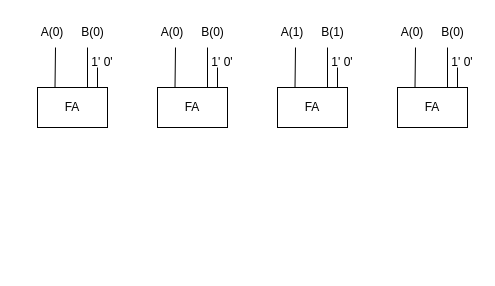
Above: Diagramme sans nom.drawio in negans-soyez/VHDL (draw.io), before the change. Source tidied: cells renumbered, new cells numbered last; positions are measured from the earlier drawing's top-left corner, leaving out a move shared by most shapes. Both pictures are drawn from the tidied source at 100%, with x=0, y=0 at pixel (37, 17).
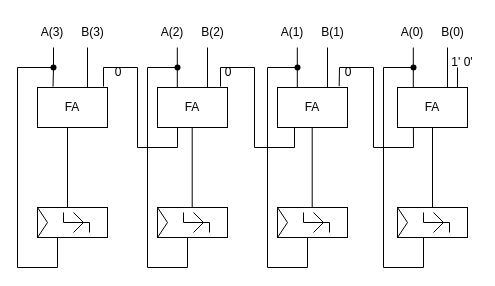
The same diagram, later.

Commit message:
Mettre à jour Diagramme sans nom.drawio

Unchanged cells that the change refers to:
```xml
<mxCell id="2" value="FA" style="rounded=0;whiteSpace=wrap;html=1;" parent="1" vertex="1">
  <mxGeometry x="360" y="70" width="70" height="40" as="geometry" />
</mxCell>
<mxCell id="9" value="FA" style="rounded=0;whiteSpace=wrap;html=1;" parent="1" vertex="1">
  <mxGeometry x="240" y="70" width="70" height="40" as="geometry" />
</mxCell>
<mxCell id="16" value="FA" style="rounded=0;whiteSpace=wrap;html=1;" parent="1" vertex="1">
  <mxGeometry x="120" y="70" width="70" height="40" as="geometry" />
</mxCell>
<mxCell id="23" value="FA" style="rounded=0;whiteSpace=wrap;html=1;" parent="1" vertex="1">
  <mxGeometry y="70" width="70" height="40" as="geometry" />
</mxCell>
```

Diff of the diagram source:
```diff
@@
-    <mxCell id="3" style="endArrow=none;html=1;rounded=0;exitX=0.25;exitY=0;exitDx=0;exitDy=0;" parent="1" edge="1" source="2">
-      <mxGeometry relative="1" as="geometry">
-        <mxPoint x="378" y="30" as="targetPoint" />
-      </mxGeometry>
-    </mxCell>
@@
-    <mxCell id="10" style="endArrow=none;html=1;rounded=0;exitX=0.25;exitY=0;exitDx=0;exitDy=0;" parent="1" edge="1" source="9">
-      <mxGeometry relative="1" as="geometry">
-        <mxPoint x="258" y="30" as="targetPoint" />
-      </mxGeometry>
-    </mxCell>
@@
-    <mxCell id="12" style="endArrow=none;html=1;rounded=0;exitX=0.25;exitY=0;exitDx=0;exitDy=0;" parent="1" edge="1">
-      <mxGeometry relative="1" as="geometry">
-        <mxPoint x="300" y="70" as="sourcePoint" />
-        <mxPoint x="300" y="50" as="targetPoint" />
-      </mxGeometry>
-    </mxCell>
@@
-    <mxCell id="15" value="1' 0'" style="text;html=1;align=center;verticalAlign=middle;whiteSpace=wrap;rounded=0;" parent="1" vertex="1">
-      <mxGeometry x="290" y="40" width="30" height="10" as="geometry" />
+    <mxCell id="15" value="0" style="text;html=1;align=center;verticalAlign=middle;whiteSpace=wrap;rounded=0;" parent="1" vertex="1">
+      <mxGeometry x="296" y="50" width="30" height="10" as="geometry" />
     </mxCell>
@@
-    <mxCell id="17" style="endArrow=none;html=1;rounded=0;exitX=0.25;exitY=0;exitDx=0;exitDy=0;" parent="1" edge="1" source="16">
-      <mxGeometry relative="1" as="geometry">
-        <mxPoint x="138" y="30" as="targetPoint" />
-      </mxGeometry>
-    </mxCell>
@@
-    <mxCell id="19" style="endArrow=none;html=1;rounded=0;exitX=0.25;exitY=0;exitDx=0;exitDy=0;" parent="1" edge="1">
-      <mxGeometry relative="1" as="geometry">
-        <mxPoint x="180" y="70" as="sourcePoint" />
-        <mxPoint x="180" y="50" as="targetPoint" />
-      </mxGeometry>
-    </mxCell>
-    <mxCell id="20" value="A(0)" style="text;html=1;align=center;verticalAlign=middle;whiteSpace=wrap;rounded=0;" parent="1" vertex="1">
+    <mxCell id="20" value="A(2&lt;span style=&quot;background-color: transparent; color: light-dark(rgb(0, 0, 0), rgb(255, 255, 255));&quot;&gt;)&lt;/span&gt;" style="text;html=1;align=center;verticalAlign=middle;whiteSpace=wrap;rounded=0;" parent="1" vertex="1">
       <mxGeometry x="130" y="10" width="10" height="10" as="geometry" />
     </mxCell>
-    <mxCell id="21" value="B(0)" style="text;html=1;align=center;verticalAlign=middle;strokeColor=none;fillColor=none;" parent="1" vertex="1">
+    <mxCell id="21" value="B(2)" style="text;html=1;align=center;verticalAlign=middle;strokeColor=none;fillColor=none;" parent="1" vertex="1">
       <mxGeometry x="150" width="50" height="30" as="geometry" />
     </mxCell>
-    <mxCell id="22" value="1' 0'" style="text;html=1;align=center;verticalAlign=middle;whiteSpace=wrap;rounded=0;" parent="1" vertex="1">
-      <mxGeometry x="170" y="40" width="30" height="10" as="geometry" />
-    </mxCell>
@@
-    <mxCell id="24" style="endArrow=none;html=1;rounded=0;exitX=0.25;exitY=0;exitDx=0;exitDy=0;" parent="1" edge="1" source="23">
+    <mxCell id="24" style="endArrow=none;html=1;rounded=0;exitDx=0;exitDy=0;" parent="1" edge="1" source="80">
       <mxGeometry relative="1" as="geometry">
-        <mxPoint x="18" y="30" as="targetPoint" />
+        <mxPoint x="16" y="30" as="targetPoint" />
       </mxGeometry>
     </mxCell>
@@
-    <mxCell id="26" style="endArrow=none;html=1;rounded=0;exitX=0.25;exitY=0;exitDx=0;exitDy=0;" parent="1" edge="1">
-      <mxGeometry relative="1" as="geometry">
-        <mxPoint x="60" y="70" as="sourcePoint" />
-        <mxPoint x="60" y="50" as="targetPoint" />
-      </mxGeometry>
-    </mxCell>
-    <mxCell id="27" value="A(0)" style="text;html=1;align=center;verticalAlign=middle;whiteSpace=wrap;rounded=0;" parent="1" vertex="1">
+    <mxCell id="27" value="A(3)" style="text;html=1;align=center;verticalAlign=middle;whiteSpace=wrap;rounded=0;" parent="1" vertex="1">
       <mxGeometry x="10" y="10" width="10" height="10" as="geometry" />
     </mxCell>
-    <mxCell id="28" value="B(0)" style="text;html=1;align=center;verticalAlign=middle;strokeColor=none;fillColor=none;" parent="1" vertex="1">
+    <mxCell id="28" value="B(3)" style="text;html=1;align=center;verticalAlign=middle;strokeColor=none;fillColor=none;" parent="1" vertex="1">
       <mxGeometry x="30" width="50" height="30" as="geometry" />
     </mxCell>
-    <mxCell id="29" value="1' 0'" style="text;html=1;align=center;verticalAlign=middle;whiteSpace=wrap;rounded=0;" parent="1" vertex="1">
-      <mxGeometry x="50" y="40" width="30" height="10" as="geometry" />
-    </mxCell>
+    <mxCell id="30" style="group;" parent="1" vertex="1">
+      <mxGeometry x="360" y="190" width="70" height="30" as="geometry" />
+    </mxCell>
+    <mxCell id="31" style="rounded=0;whiteSpace=wrap;html=1;" parent="30" vertex="1">
+      <mxGeometry width="70" height="30" as="geometry" />
+    </mxCell>
+    <mxCell id="32" style="group;" parent="30" vertex="1">
+      <mxGeometry x="26" y="5" width="26" height="20" as="geometry" />
+    </mxCell>
+    <mxCell id="33" style="endArrow=none;html=1;rounded=0;" parent="32" edge="1">
+      <mxGeometry relative="1" as="geometry">
+        <mxPoint y="10" as="sourcePoint" />
+        <mxPoint x="26" y="10" as="targetPoint" />
+      </mxGeometry>
+    </mxCell>
+    <mxCell id="34" style="endArrow=none;html=1;rounded=0;" parent="32" edge="1">
+      <mxGeometry relative="1" as="geometry">
+        <mxPoint y="10" as="sourcePoint" />
+        <mxPoint as="targetPoint" />
+      </mxGeometry>
+    </mxCell>
+    <mxCell id="35" style="endArrow=none;html=1;rounded=0;" parent="32" edge="1">
+      <mxGeometry relative="1" as="geometry">
+        <mxPoint x="26" y="20" as="sourcePoint" />
+        <mxPoint x="26" y="10" as="targetPoint" />
+      </mxGeometry>
+    </mxCell>
+    <mxCell id="36" style="endArrow=none;html=1;rounded=0;" parent="32" edge="1">
+      <mxGeometry relative="1" as="geometry">
+        <mxPoint x="20" y="10" as="sourcePoint" />
+        <mxPoint x="10" as="targetPoint" />
+        <Array as="points">
+          <mxPoint x="20" y="10" />
+        </Array>
+      </mxGeometry>
+    </mxCell>
+    <mxCell id="37" style="endArrow=none;html=1;rounded=0;" parent="32" edge="1">
+      <mxGeometry relative="1" as="geometry">
+        <mxPoint x="20" y="10" as="sourcePoint" />
+        <mxPoint x="10" y="20" as="targetPoint" />
+      </mxGeometry>
+    </mxCell>
+    <mxCell id="38" style="triangle;whiteSpace=wrap;html=1;" parent="30" vertex="1">
+      <mxGeometry width="10" height="30" as="geometry" />
+    </mxCell>
+    <mxCell id="39" style="group;" parent="1" vertex="1">
+      <mxGeometry x="240" y="190" width="70" height="30" as="geometry" />
+    </mxCell>
+    <mxCell id="40" style="rounded=0;whiteSpace=wrap;html=1;" parent="39" vertex="1">
+      <mxGeometry width="70" height="30" as="geometry" />
+    </mxCell>
+    <mxCell id="41" style="group;" parent="39" vertex="1">
+      <mxGeometry x="26" y="5" width="26" height="20" as="geometry" />
+    </mxCell>
+    <mxCell id="42" style="endArrow=none;html=1;rounded=0;" parent="41" edge="1">
+      <mxGeometry relative="1" as="geometry">
+        <mxPoint y="10" as="sourcePoint" />
+        <mxPoint x="26" y="10" as="targetPoint" />
+      </mxGeometry>
+    </mxCell>
+    <mxCell id="43" style="endArrow=none;html=1;rounded=0;" parent="41" edge="1">
+      <mxGeometry relative="1" as="geometry">
+        <mxPoint y="10" as="sourcePoint" />
+        <mxPoint as="targetPoint" />
+      </mxGeometry>
+    </mxCell>
+    <mxCell id="44" style="endArrow=none;html=1;rounded=0;" parent="41" edge="1">
+      <mxGeometry relative="1" as="geometry">
+        <mxPoint x="26" y="20" as="sourcePoint" />
+        <mxPoint x="26" y="10" as="targetPoint" />
+      </mxGeometry>
+    </mxCell>
+    <mxCell id="45" style="endArrow=none;html=1;rounded=0;" parent="41" edge="1">
+      <mxGeometry relative="1" as="geometry">
+        <mxPoint x="20" y="10" as="sourcePoint" />
+        <mxPoint x="10" as="targetPoint" />
+        <Array as="points">
+          <mxPoint x="20" y="10" />
+        </Array>
+      </mxGeometry>
+    </mxCell>
+    <mxCell id="46" style="endArrow=none;html=1;rounded=0;" parent="41" edge="1">
+      <mxGeometry relative="1" as="geometry">
+        <mxPoint x="20" y="10" as="sourcePoint" />
+        <mxPoint x="10" y="20" as="targetPoint" />
+      </mxGeometry>
+    </mxCell>
+    <mxCell id="47" style="triangle;whiteSpace=wrap;html=1;" parent="39" vertex="1">
+      <mxGeometry width="10" height="30" as="geometry" />
+    </mxCell>
+    <mxCell id="48" style="group;" parent="1" vertex="1">
+      <mxGeometry x="120" y="190" width="70" height="30" as="geometry" />
+    </mxCell>
+    <mxCell id="49" style="rounded=0;whiteSpace=wrap;html=1;" parent="48" vertex="1">
+      <mxGeometry width="70" height="30" as="geometry" />
+    </mxCell>
+    <mxCell id="50" style="group;" parent="48" vertex="1">
+      <mxGeometry x="26" y="5" width="26" height="20" as="geometry" />
+    </mxCell>
+    <mxCell id="51" style="endArrow=none;html=1;rounded=0;" parent="50" edge="1">
+      <mxGeometry relative="1" as="geometry">
+        <mxPoint y="10" as="sourcePoint" />
+        <mxPoint x="26" y="10" as="targetPoint" />
+      </mxGeometry>
+    </mxCell>
+    <mxCell id="52" style="endArrow=none;html=1;rounded=0;" parent="50" edge="1">
+      <mxGeometry relative="1" as="geometry">
+        <mxPoint y="10" as="sourcePoint" />
+        <mxPoint as="targetPoint" />
+      </mxGeometry>
+    </mxCell>
+    <mxCell id="53" style="endArrow=none;html=1;rounded=0;" parent="50" edge="1">
+      <mxGeometry relative="1" as="geometry">
+        <mxPoint x="26" y="20" as="sourcePoint" />
+        <mxPoint x="26" y="10" as="targetPoint" />
+      </mxGeometry>
+    </mxCell>
+    <mxCell id="54" style="endArrow=none;html=1;rounded=0;" parent="50" edge="1">
+      <mxGeometry relative="1" as="geometry">
+        <mxPoint x="20" y="10" as="sourcePoint" />
+        <mxPoint x="10" as="targetPoint" />
+        <Array as="points">
+          <mxPoint x="20" y="10" />
+        </Array>
+      </mxGeometry>
+    </mxCell>
+    <mxCell id="55" style="endArrow=none;html=1;rounded=0;" parent="50" edge="1">
+      <mxGeometry relative="1" as="geometry">
+        <mxPoint x="20" y="10" as="sourcePoint" />
+        <mxPoint x="10" y="20" as="targetPoint" />
+      </mxGeometry>
+    </mxCell>
+    <mxCell id="56" style="triangle;whiteSpace=wrap;html=1;" parent="48" vertex="1">
+      <mxGeometry width="10" height="30" as="geometry" />
+    </mxCell>
+    <mxCell id="57" style="group;" parent="1" vertex="1">
+      <mxGeometry y="190" width="70" height="30" as="geometry" />
+    </mxCell>
+    <mxCell id="58" style="rounded=0;whiteSpace=wrap;html=1;" parent="57" vertex="1">
+      <mxGeometry width="70" height="30" as="geometry" />
+    </mxCell>
+    <mxCell id="59" style="group;" parent="57" vertex="1">
+      <mxGeometry x="26" y="5" width="26" height="20" as="geometry" />
+    </mxCell>
+    <mxCell id="60" style="endArrow=none;html=1;rounded=0;" parent="59" edge="1">
+      <mxGeometry relative="1" as="geometry">
+        <mxPoint y="10" as="sourcePoint" />
+        <mxPoint x="26" y="10" as="targetPoint" />
+      </mxGeometry>
+    </mxCell>
+    <mxCell id="61" style="endArrow=none;html=1;rounded=0;" parent="59" edge="1">
+      <mxGeometry relative="1" as="geometry">
+        <mxPoint y="10" as="sourcePoint" />
+        <mxPoint as="targetPoint" />
+      </mxGeometry>
+    </mxCell>
+    <mxCell id="62" style="endArrow=none;html=1;rounded=0;" parent="59" edge="1">
+      <mxGeometry relative="1" as="geometry">
+        <mxPoint x="26" y="20" as="sourcePoint" />
+        <mxPoint x="26" y="10" as="targetPoint" />
+      </mxGeometry>
+    </mxCell>
+    <mxCell id="63" style="endArrow=none;html=1;rounded=0;" parent="59" edge="1">
+      <mxGeometry relative="1" as="geometry">
+        <mxPoint x="20" y="10" as="sourcePoint" />
+        <mxPoint x="10" as="targetPoint" />
+        <Array as="points">
+          <mxPoint x="20" y="10" />
+        </Array>
+      </mxGeometry>
+    </mxCell>
+    <mxCell id="64" style="endArrow=none;html=1;rounded=0;" parent="59" edge="1">
+      <mxGeometry relative="1" as="geometry">
+        <mxPoint x="20" y="10" as="sourcePoint" />
+        <mxPoint x="10" y="20" as="targetPoint" />
+      </mxGeometry>
+    </mxCell>
+    <mxCell id="65" style="triangle;whiteSpace=wrap;html=1;" parent="57" vertex="1">
+      <mxGeometry width="10" height="30" as="geometry" />
+    </mxCell>
+    <mxCell id="66" style="endArrow=none;html=1;rounded=0;entryX=0.5;entryY=1;entryDx=0;entryDy=0;" parent="1" edge="1" target="2">
+      <mxGeometry relative="1" as="geometry">
+        <mxPoint x="395" y="190" as="sourcePoint" />
+      </mxGeometry>
+    </mxCell>
+    <mxCell id="67" style="endArrow=none;html=1;rounded=0;entryX=0.5;entryY=1;entryDx=0;entryDy=0;" parent="1" edge="1">
+      <mxGeometry relative="1" as="geometry">
+        <mxPoint x="274.7" y="190" as="sourcePoint" />
+        <mxPoint x="274.7" y="110" as="targetPoint" />
+      </mxGeometry>
+    </mxCell>
+    <mxCell id="68" style="endArrow=none;html=1;rounded=0;entryX=0.5;entryY=1;entryDx=0;entryDy=0;" parent="1" edge="1">
+      <mxGeometry relative="1" as="geometry">
+        <mxPoint x="154.7" y="190" as="sourcePoint" />
+        <mxPoint x="154.7" y="110" as="targetPoint" />
+      </mxGeometry>
+    </mxCell>
+    <mxCell id="69" style="endArrow=none;html=1;rounded=0;entryX=0.5;entryY=1;entryDx=0;entryDy=0;" parent="1" edge="1">
+      <mxGeometry relative="1" as="geometry">
+        <mxPoint x="30" y="190" as="sourcePoint" />
+        <mxPoint x="30" y="110" as="targetPoint" />
+      </mxGeometry>
+    </mxCell>
+    <mxCell id="70" style="endArrow=none;html=1;rounded=0;entryX=0.227;entryY=1.005;entryDx=0;entryDy=0;exitX=0.881;exitY=-0.033;exitDx=0;exitDy=0;exitPerimeter=0;entryPerimeter=0;" parent="1" edge="1" source="9" target="2">
+      <mxGeometry relative="1" as="geometry">
+        <Array as="points">
+          <mxPoint x="302" y="50" />
+          <mxPoint x="336" y="50" />
+          <mxPoint x="336" y="130" />
+          <mxPoint x="376" y="130" />
+        </Array>
+      </mxGeometry>
+    </mxCell>
+    <mxCell id="71" style="endArrow=none;html=1;rounded=0;entryX=0.227;entryY=1.005;entryDx=0;entryDy=0;exitX=0.881;exitY=-0.033;exitDx=0;exitDy=0;exitPerimeter=0;entryPerimeter=0;" parent="1" edge="1">
+      <mxGeometry relative="1" as="geometry">
+        <mxPoint x="183" y="69" as="sourcePoint" />
+        <mxPoint x="257" y="110" as="targetPoint" />
+        <Array as="points">
+          <mxPoint x="183" y="50" />
+          <mxPoint x="217" y="50" />
+          <mxPoint x="217" y="130" />
+          <mxPoint x="257" y="130" />
+        </Array>
+      </mxGeometry>
+    </mxCell>
+    <mxCell id="72" style="endArrow=none;html=1;rounded=0;entryX=0.227;entryY=1.005;entryDx=0;entryDy=0;exitX=0.881;exitY=-0.033;exitDx=0;exitDy=0;exitPerimeter=0;entryPerimeter=0;" parent="1" edge="1">
+      <mxGeometry relative="1" as="geometry">
+        <mxPoint x="66" y="69" as="sourcePoint" />
+        <mxPoint x="140" y="110" as="targetPoint" />
+        <Array as="points">
+          <mxPoint x="66" y="50" />
+          <mxPoint x="100" y="50" />
+          <mxPoint x="100" y="130" />
+          <mxPoint x="140" y="130" />
+        </Array>
+      </mxGeometry>
+    </mxCell>
+    <mxCell id="73" value="0" style="text;html=1;align=center;verticalAlign=middle;whiteSpace=wrap;rounded=0;" parent="1" vertex="1">
+      <mxGeometry x="176" y="50" width="30" height="10" as="geometry" />
+    </mxCell>
+    <mxCell id="74" value="0" style="text;html=1;align=center;verticalAlign=middle;whiteSpace=wrap;rounded=0;" parent="1" vertex="1">
+      <mxGeometry x="66" y="50" width="30" height="10" as="geometry" />
+    </mxCell>
+    <mxCell id="75" style="endArrow=none;html=1;rounded=0;" parent="1" edge="1" source="86">
+      <mxGeometry relative="1" as="geometry">
+        <mxPoint x="386" y="220" as="targetPoint" />
+        <Array as="points">
+          <mxPoint x="346" y="50" />
+          <mxPoint x="346" y="250" />
+          <mxPoint x="386" y="250" />
+        </Array>
+      </mxGeometry>
+    </mxCell>
+    <mxCell id="76" style="endArrow=none;html=1;rounded=0;" parent="1" edge="1" source="84">
+      <mxGeometry relative="1" as="geometry">
+        <mxPoint x="270" y="220" as="targetPoint" />
+        <Array as="points">
+          <mxPoint x="230" y="50" />
+          <mxPoint x="230" y="250" />
+          <mxPoint x="270" y="250" />
+        </Array>
+      </mxGeometry>
+    </mxCell>
+    <mxCell id="77" style="endArrow=none;html=1;rounded=0;" parent="1" edge="1" source="82">
+      <mxGeometry relative="1" as="geometry">
+        <mxPoint x="150" y="220" as="targetPoint" />
+        <Array as="points">
+          <mxPoint x="110" y="50" />
+          <mxPoint x="110" y="250" />
+          <mxPoint x="150" y="250" />
+        </Array>
+      </mxGeometry>
+    </mxCell>
+    <mxCell id="78" style="endArrow=none;html=1;rounded=0;" parent="1" edge="1">
+      <mxGeometry relative="1" as="geometry">
+        <mxPoint x="16" y="50" as="sourcePoint" />
+        <mxPoint x="20" y="220" as="targetPoint" />
+        <Array as="points">
+          <mxPoint x="-20" y="50" />
+          <mxPoint x="-20" y="250" />
+          <mxPoint x="20" y="250" />
+        </Array>
+      </mxGeometry>
+    </mxCell>
+    <mxCell id="79" style="endArrow=none;html=1;rounded=0;exitX=0.222;exitY=-0.022;exitDx=0;exitDy=0;exitPerimeter=0;" parent="1" edge="1" source="23" target="80">
+      <mxGeometry relative="1" as="geometry" />
+    </mxCell>
+    <mxCell id="80" style="shape=waypoint;sketch=0;fillStyle=solid;size=6;points=[];fillColor=none;perimeter=centerPerimeter;snapToPoint=1;" parent="1" vertex="1">
+      <mxGeometry x="6" y="40" width="20" height="20" as="geometry" />
+    </mxCell>
+    <mxCell id="81" style="endArrow=none;html=1;rounded=0;" parent="1" edge="1" target="82">
+      <mxGeometry relative="1" as="geometry">
+        <mxPoint x="140" y="50" as="sourcePoint" />
+      </mxGeometry>
+    </mxCell>
+    <mxCell id="82" style="shape=waypoint;sketch=0;fillStyle=solid;size=6;points=[];fillColor=none;perimeter=centerPerimeter;snapToPoint=1;" parent="1" vertex="1">
+      <mxGeometry x="130" y="40" width="20" height="20" as="geometry" />
+    </mxCell>
+    <mxCell id="83" style="endArrow=none;html=1;rounded=0;exitX=0.25;exitY=0;exitDx=0;exitDy=0;" parent="1" edge="1">
+      <mxGeometry relative="1" as="geometry">
+        <mxPoint x="139.8" y="70" as="sourcePoint" />
+        <mxPoint x="139.8" y="30" as="targetPoint" />
+      </mxGeometry>
+    </mxCell>
+    <mxCell id="84" style="shape=waypoint;sketch=0;fillStyle=solid;size=6;points=[];fillColor=none;perimeter=centerPerimeter;snapToPoint=1;" parent="1" vertex="1">
+      <mxGeometry x="250" y="40" width="20" height="20" as="geometry" />
+    </mxCell>
+    <mxCell id="85" style="endArrow=none;html=1;rounded=0;exitX=0.25;exitY=0;exitDx=0;exitDy=0;" parent="1" edge="1">
+      <mxGeometry relative="1" as="geometry">
+        <mxPoint x="259.8" y="70" as="sourcePoint" />
+        <mxPoint x="259.8" y="30" as="targetPoint" />
+      </mxGeometry>
+    </mxCell>
+    <mxCell id="86" style="shape=waypoint;sketch=0;fillStyle=solid;size=6;points=[];fillColor=none;perimeter=centerPerimeter;snapToPoint=1;" parent="1" vertex="1">
+      <mxGeometry x="366" y="40" width="20" height="20" as="geometry" />
+    </mxCell>
+    <mxCell id="87" style="endArrow=none;html=1;rounded=0;exitX=0.25;exitY=0;exitDx=0;exitDy=0;" parent="1" edge="1">
+      <mxGeometry relative="1" as="geometry">
+        <mxPoint x="375.8" y="70" as="sourcePoint" />
+        <mxPoint x="375.8" y="30" as="targetPoint" />
+      </mxGeometry>
+    </mxCell>
```
